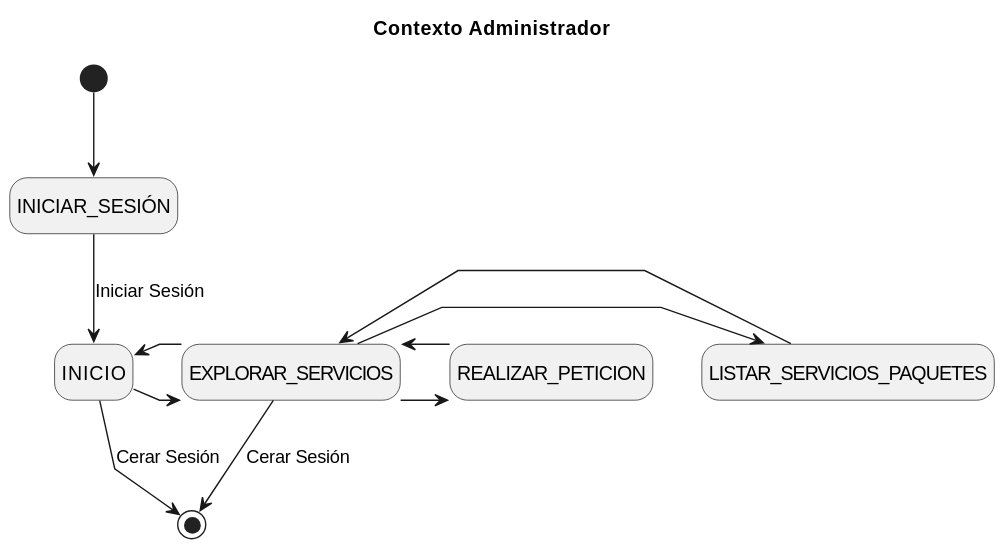
Earlier version of the PlantUML export Caso_de_Uso/Contexto/Administrador/Gestión_Paquetes/Contexto.svg (mmasias/23-24-IdSw1-SDR).
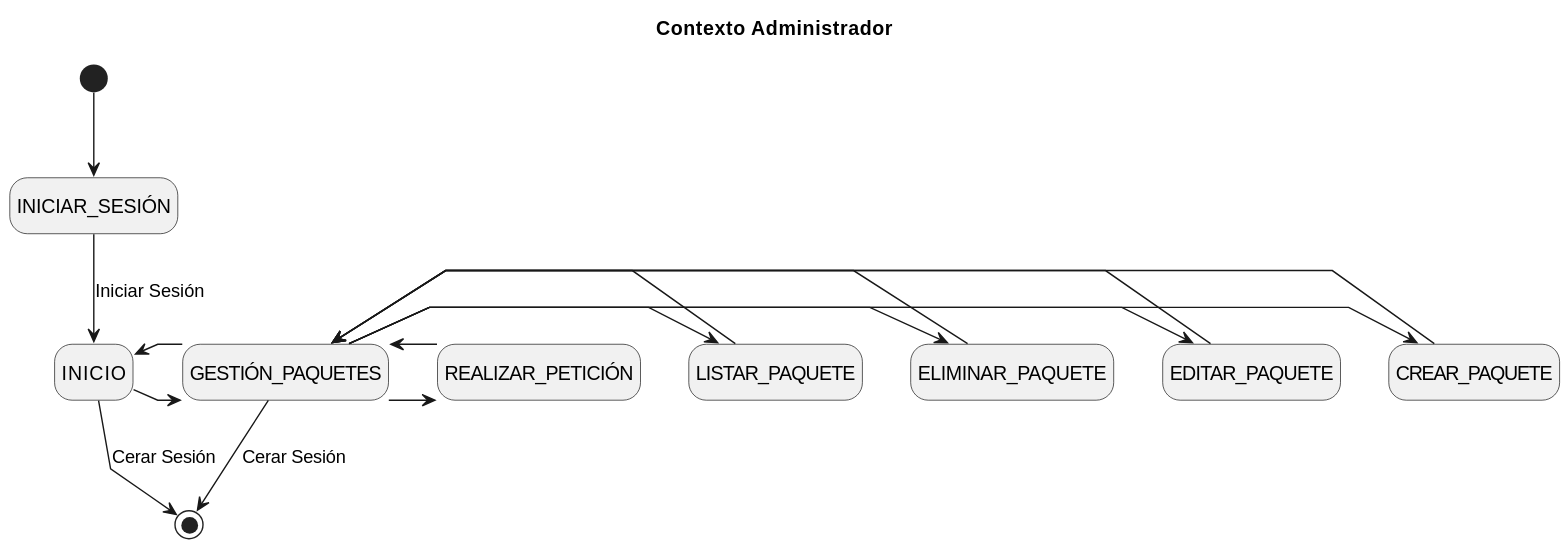
After the change.

Change to the diagram source:
```diff
@@ -12,15 +12,22 @@
 [*] --> INICIAR_SESIÓN
 INICIAR_SESIÓN --> INICIO : Iniciar Sesión
 
-INICIO -> EXPLORAR_SERVICIOS
-INICIO <- EXPLORAR_SERVICIOS
+INICIO -> GESTIÓN_PAQUETES
+INICIO <- GESTIÓN_PAQUETES
 
-EXPLORAR_SERVICIOS -> LISTAR_SERVICIOS_PAQUETES
-EXPLORAR_SERVICIOS <- LISTAR_SERVICIOS_PAQUETES
-EXPLORAR_SERVICIOS -> REALIZAR_PETICION
-EXPLORAR_SERVICIOS <- REALIZAR_PETICION
+GESTIÓN_PAQUETES -> CREAR_PAQUETE
+GESTIÓN_PAQUETES <- CREAR_PAQUETE
+GESTIÓN_PAQUETES -> EDITAR_PAQUETE
+GESTIÓN_PAQUETES <- EDITAR_PAQUETE
+GESTIÓN_PAQUETES -> ELIMINAR_PAQUETE
+GESTIÓN_PAQUETES <- ELIMINAR_PAQUETE
+GESTIÓN_PAQUETES -> LISTAR_PAQUETE
+GESTIÓN_PAQUETES <- LISTAR_PAQUETE
+GESTIÓN_PAQUETES -> REALIZAR_PETICIÓN
+GESTIÓN_PAQUETES <- REALIZAR_PETICIÓN
 
 INICIO --> [*] : Cerar Sesión
-EXPLORAR_SERVICIOS --> [*] : Cerar Sesión
+GESTIÓN_PAQUETES --> [*] : Cerar Sesión
+
 
 @enduml
```
